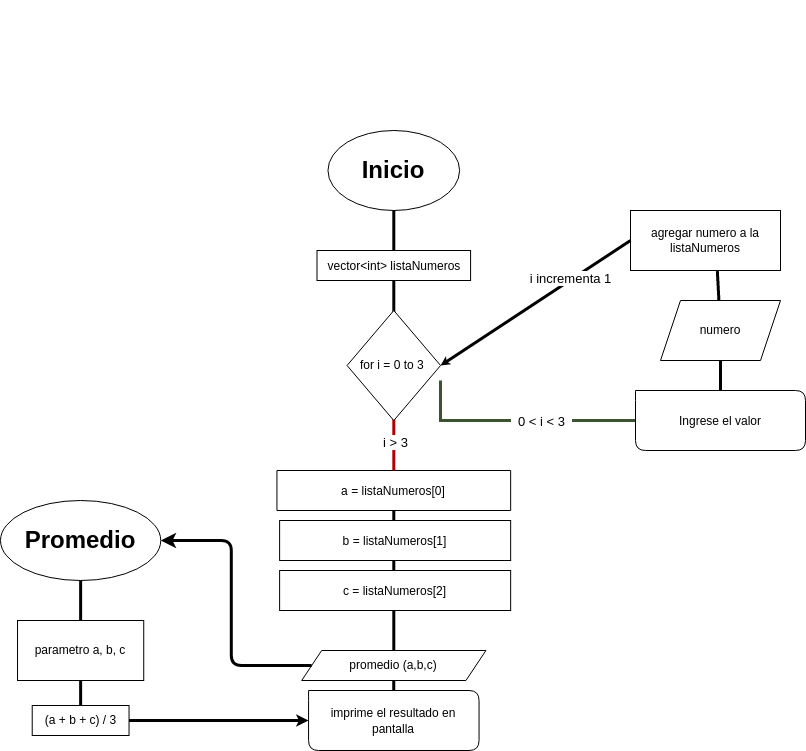
This is caso5/diagrama_de_flujo.drawio.png from raquelvalentina/cuatrimestre1proyectofinal, a draw.io export, as it was before one commit. Source tidied: cells renumbered, new cells last; positions are measured from the earlier drawing's top-left corner, leaving out a move shared by most shapes.
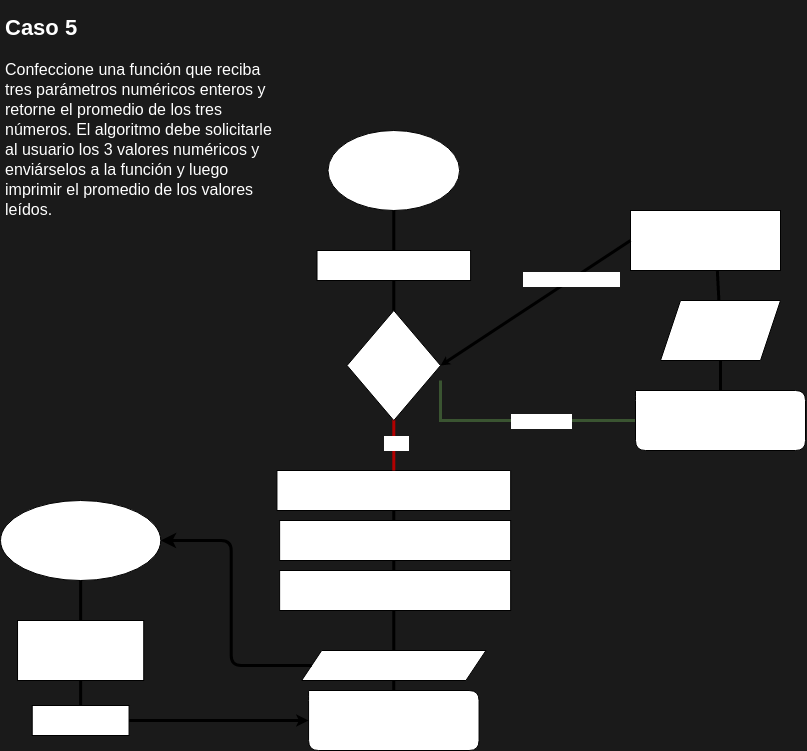
Later version of the same file.

The edit, as a diff of the source:
```diff
@@ -1,14 +1,14 @@
-<mxGraphModel>
+<mxGraphModel background="#1A1A1A">
   <root>
     <mxCell id="0" />
     <mxCell id="1" parent="0" />
-    <mxCell id="2" value="&lt;h1&gt;&lt;font color=&quot;#ffffff&quot;&gt;Caso 5&lt;/font&gt;&lt;/h1&gt;&lt;h1&gt;&lt;div style=&quot;font-size: 14px; line-height: 19px;&quot;&gt;&lt;h4 style=&quot;&quot;&gt;&lt;div style=&quot;&quot;&gt;&lt;span style=&quot;font-size: 16px; font-weight: 400;&quot;&gt;&lt;font color=&quot;#ffffff&quot;&gt;Confeccione una función que reciba tres parámetros numéricos enteros y retorne el promedio de los tres números. El algoritmo debe solicitarle al usuario los 3 valores numéricos y enviárselos a la función y luego imprimir el promedio de los valores leídos.&lt;/font&gt;&lt;/span&gt;&lt;br&gt;&lt;/div&gt;&lt;/h4&gt;&lt;/div&gt;&lt;/h1&gt;" style="text;html=1;strokeColor=none;fillColor=none;spacing=5;spacingTop=-20;whiteSpace=wrap;overflow=hidden;rounded=0;labelBackgroundColor=none;fontSize=11;fontColor=#D9D9D9;" parent="1" vertex="1">
+    <mxCell id="2" value="&lt;h1&gt;&lt;font&gt;Caso 5&lt;/font&gt;&lt;/h1&gt;&lt;h1&gt;&lt;div style=&quot;font-size: 14px; line-height: 19px;&quot;&gt;&lt;h4 style=&quot;&quot;&gt;&lt;div style=&quot;&quot;&gt;&lt;span style=&quot;font-size: 16px; font-weight: 400;&quot;&gt;&lt;font&gt;Confeccione una función que reciba tres parámetros numéricos enteros y retorne el promedio de los tres números. El algoritmo debe solicitarle al usuario los 3 valores numéricos y enviárselos a la función y luego imprimir el promedio de los valores leídos.&lt;/font&gt;&lt;/span&gt;&lt;br&gt;&lt;/div&gt;&lt;/h4&gt;&lt;/div&gt;&lt;/h1&gt;" style="text;html=1;strokeColor=none;fillColor=none;spacing=5;spacingTop=-20;whiteSpace=wrap;overflow=hidden;rounded=0;labelBackgroundColor=none;fontSize=11;fontColor=#FFFFFF;" parent="1" vertex="1">
       <mxGeometry width="280" height="240" as="geometry" />
     </mxCell>
-    <mxCell id="3" style="group;" parent="1" vertex="1">
+    <mxCell id="3" style="group;fontColor=#FFFFFF;" parent="1" vertex="1">
       <mxGeometry x="240" y="200" width="565" height="240" as="geometry" />
     </mxCell>
-    <mxCell id="4" style="edgeStyle=none;html=1;entryX=0;entryY=0;entryDx=0;entryDy=30;entryPerimeter=0;strokeWidth=3;endArrow=none;endFill=0;rounded=0;fillColor=#6d8764;strokeColor=#3A5431;" parent="3" edge="1" target="6">
+    <mxCell id="4" style="edgeStyle=none;html=1;entryX=0;entryY=0;entryDx=0;entryDy=30;entryPerimeter=0;strokeWidth=3;endArrow=none;endFill=0;rounded=0;fillColor=#6d8764;strokeColor=#3A5431;fontColor=#FFFFFF;" parent="3" edge="1" target="6">
       <mxGeometry relative="1" as="geometry">
         <mxPoint x="200" y="170" as="sourcePoint" />
         <Array as="points">
@@ -16,112 +16,112 @@
         </Array>
       </mxGeometry>
     </mxCell>
-    <mxCell id="5" value="&amp;nbsp; 0 &amp;lt; i &amp;lt; 3&amp;nbsp;&amp;nbsp;" style="edgeLabel;html=1;align=center;verticalAlign=middle;fontSize=13;" parent="4" vertex="1">
+    <mxCell id="5" value="&amp;nbsp; 0 &amp;lt; i &amp;lt; 3&amp;nbsp;&amp;nbsp;" style="edgeLabel;html=1;align=center;verticalAlign=middle;fontSize=13;fontColor=#FFFFFF;" parent="4" vertex="1">
       <mxGeometry x="0.41" y="1" relative="1" as="geometry">
         <mxPoint x="-26" y="1" as="offset" />
       </mxGeometry>
     </mxCell>
-    <mxCell id="6" value="&lt;div style=&quot;line-height: 16px;&quot;&gt;&lt;span style=&quot;&quot;&gt;Ingrese el valor&lt;/span&gt;&lt;/div&gt;" style="shape=card;whiteSpace=wrap;html=1;fontFamily=Helvetica;fontColor=default;labelBackgroundColor=none;size=0;rounded=1;shadow=0;" parent="3" vertex="1">
+    <mxCell id="6" value="&lt;div style=&quot;line-height: 16px;&quot;&gt;&lt;span style=&quot;&quot;&gt;Ingrese el valor&lt;/span&gt;&lt;/div&gt;" style="shape=card;whiteSpace=wrap;html=1;fontFamily=Helvetica;fontColor=#FFFFFF;labelBackgroundColor=none;size=0;rounded=1;shadow=0;" parent="3" vertex="1">
       <mxGeometry x="395" y="180" width="170" height="60" as="geometry" />
     </mxCell>
-    <mxCell id="7" value="numero" style="shape=parallelogram;perimeter=parallelogramPerimeter;whiteSpace=wrap;html=1;fixedSize=1;" parent="3" vertex="1">
+    <mxCell id="7" value="numero" style="shape=parallelogram;perimeter=parallelogramPerimeter;whiteSpace=wrap;html=1;fixedSize=1;fontColor=#FFFFFF;" parent="3" vertex="1">
       <mxGeometry x="420" y="90" width="120" height="60" as="geometry" />
     </mxCell>
-    <mxCell id="8" style="edgeStyle=none;html=1;strokeWidth=3;fontSize=13;endArrow=none;endFill=0;rounded=0;" parent="3" edge="1" source="6" target="7">
+    <mxCell id="8" style="edgeStyle=none;html=1;strokeWidth=3;fontSize=13;endArrow=none;endFill=0;rounded=0;fontColor=#FFFFFF;" parent="3" edge="1" source="6" target="7">
       <mxGeometry relative="1" as="geometry" />
     </mxCell>
-    <mxCell id="9" value="agregar numero a la listaNumeros" style="whiteSpace=wrap;html=1;" parent="3" vertex="1">
+    <mxCell id="9" value="agregar numero a la listaNumeros" style="whiteSpace=wrap;html=1;fontColor=#FFFFFF;" parent="3" vertex="1">
       <mxGeometry x="390" width="150" height="60" as="geometry" />
     </mxCell>
-    <mxCell id="10" style="edgeStyle=none;html=1;strokeWidth=3;fontSize=13;endArrow=none;endFill=0;entryX=0.579;entryY=1.01;entryDx=0;entryDy=0;entryPerimeter=0;" parent="3" edge="1" source="7" target="9">
+    <mxCell id="10" style="edgeStyle=none;html=1;strokeWidth=3;fontSize=13;endArrow=none;endFill=0;entryX=0.579;entryY=1.01;entryDx=0;entryDy=0;entryPerimeter=0;fontColor=#FFFFFF;" parent="3" edge="1" source="7" target="9">
       <mxGeometry relative="1" as="geometry" />
     </mxCell>
-    <mxCell id="11" style="group;" parent="1" vertex="1">
+    <mxCell id="11" style="group;fontColor=#FFFFFF;" parent="1" vertex="1">
       <mxGeometry y="120" width="526.2" height="620" as="geometry" />
     </mxCell>
-    <mxCell id="12" style="group;" parent="11" vertex="1">
+    <mxCell id="12" style="group;fontColor=#FFFFFF;" parent="11" vertex="1">
       <mxGeometry width="510.2" height="620" as="geometry" />
     </mxCell>
-    <mxCell id="13" value="&lt;h1&gt;Promedio&lt;/h1&gt;" style="ellipse;whiteSpace=wrap;html=1;" parent="12" vertex="1">
+    <mxCell id="13" value="&lt;h1&gt;Promedio&lt;/h1&gt;" style="ellipse;whiteSpace=wrap;html=1;fontColor=#FFFFFF;" parent="12" vertex="1">
       <mxGeometry y="370" width="160.3" height="80" as="geometry" />
     </mxCell>
-    <mxCell id="14" style="group;" parent="12" vertex="1">
+    <mxCell id="14" style="group;fontColor=#FFFFFF;" parent="12" vertex="1">
       <mxGeometry x="17" width="493.1" height="620" as="geometry" />
     </mxCell>
-    <mxCell id="15" style="group;" parent="14" vertex="1">
+    <mxCell id="15" style="group;fontColor=#FFFFFF;" parent="14" vertex="1">
       <mxGeometry x="299.5" width="153.6" height="150" as="geometry" />
     </mxCell>
-    <mxCell id="16" value="&lt;h1&gt;Inicio&lt;/h1&gt;" style="ellipse;whiteSpace=wrap;html=1;" parent="15" vertex="1">
+    <mxCell id="16" value="&lt;h1&gt;Inicio&lt;/h1&gt;" style="ellipse;whiteSpace=wrap;html=1;fontColor=#FFFFFF;" parent="15" vertex="1">
       <mxGeometry x="11" width="131.6" height="80" as="geometry" />
     </mxCell>
-    <mxCell id="17" value="&lt;div style=&quot;line-height: 16px;&quot;&gt;&lt;span style=&quot;&quot;&gt;vector&lt;/span&gt;&lt;span style=&quot;&quot;&gt;&amp;lt;&lt;/span&gt;&lt;span style=&quot;&quot;&gt;int&lt;/span&gt;&lt;span style=&quot;&quot;&gt;&amp;gt;&lt;/span&gt; listaNumeros&lt;/div&gt;" style="rounded=0;whiteSpace=wrap;html=1;fontColor=default;labelBackgroundColor=none;" parent="15" vertex="1">
+    <mxCell id="17" value="&lt;div style=&quot;line-height: 16px;&quot;&gt;&lt;span style=&quot;&quot;&gt;vector&lt;/span&gt;&lt;span style=&quot;&quot;&gt;&amp;lt;&lt;/span&gt;&lt;span style=&quot;&quot;&gt;int&lt;/span&gt;&lt;span style=&quot;&quot;&gt;&amp;gt;&lt;/span&gt; listaNumeros&lt;/div&gt;" style="rounded=0;whiteSpace=wrap;html=1;fontColor=#FFFFFF;labelBackgroundColor=none;" parent="15" vertex="1">
       <mxGeometry y="120" width="153.6" height="30" as="geometry" />
     </mxCell>
-    <mxCell id="18" style="edgeStyle=none;html=1;exitX=0.5;exitY=1;exitDx=0;exitDy=0;strokeWidth=3;endArrow=none;endFill=0;" parent="15" edge="1" source="16" target="17">
+    <mxCell id="18" style="edgeStyle=none;html=1;exitX=0.5;exitY=1;exitDx=0;exitDy=0;strokeWidth=3;endArrow=none;endFill=0;fontColor=#FFFFFF;" parent="15" edge="1" source="16" target="17">
       <mxGeometry relative="1" as="geometry" />
     </mxCell>
-    <mxCell id="19" value="parametro a, b, c" style="whiteSpace=wrap;html=1;" parent="14" vertex="1">
+    <mxCell id="19" value="parametro a, b, c" style="whiteSpace=wrap;html=1;fontColor=#FFFFFF;" parent="14" vertex="1">
       <mxGeometry y="490" width="126.2" height="60" as="geometry" />
     </mxCell>
-    <mxCell id="20" value="(a + b + c) / 3" style="rounded=0;whiteSpace=wrap;html=1;" parent="14" vertex="1">
+    <mxCell id="20" value="(a + b + c) / 3" style="rounded=0;whiteSpace=wrap;html=1;fontColor=#FFFFFF;" parent="14" vertex="1">
       <mxGeometry x="14.7" y="575" width="96.8" height="30" as="geometry" />
     </mxCell>
-    <mxCell id="21" style="edgeStyle=none;rounded=0;html=1;exitX=0.5;exitY=1;exitDx=0;exitDy=0;entryX=0.5;entryY=0;entryDx=0;entryDy=0;strokeWidth=3;fontFamily=Helvetica;fontSize=13;fontColor=default;endArrow=none;endFill=0;endSize=0;" parent="14" edge="1" source="19" target="20">
+    <mxCell id="21" style="edgeStyle=none;rounded=0;html=1;exitX=0.5;exitY=1;exitDx=0;exitDy=0;entryX=0.5;entryY=0;entryDx=0;entryDy=0;strokeWidth=3;fontFamily=Helvetica;fontSize=13;fontColor=#FFFFFF;endArrow=none;endFill=0;endSize=0;" parent="14" edge="1" source="19" target="20">
       <mxGeometry relative="1" as="geometry" />
     </mxCell>
-    <mxCell id="22" value="&lt;div style=&quot;line-height: 16px;&quot;&gt;&lt;span style=&quot;&quot;&gt;imprime el resultado en pantalla&lt;/span&gt;&lt;/div&gt;" style="shape=card;whiteSpace=wrap;html=1;fontFamily=Helvetica;fontColor=default;labelBackgroundColor=none;size=0;rounded=1;shadow=0;" parent="14" vertex="1">
+    <mxCell id="22" value="&lt;div style=&quot;line-height: 16px;&quot;&gt;&lt;span style=&quot;&quot;&gt;imprime el resultado en pantalla&lt;/span&gt;&lt;/div&gt;" style="shape=card;whiteSpace=wrap;html=1;fontFamily=Helvetica;fontColor=#FFFFFF;labelBackgroundColor=none;size=0;rounded=1;shadow=0;" parent="14" vertex="1">
       <mxGeometry x="291" y="560" width="170.5" height="60" as="geometry" />
     </mxCell>
-    <mxCell id="23" style="group;" parent="14" vertex="1">
+    <mxCell id="23" style="group;fontColor=#FFFFFF;" parent="14" vertex="1">
       <mxGeometry x="259.4" y="180" width="233.7" height="370" as="geometry" />
     </mxCell>
-    <mxCell id="24" value="&lt;div style=&quot;line-height: 16px;&quot;&gt;a &lt;span style=&quot;&quot;&gt;=&lt;/span&gt; listaNumeros&lt;span style=&quot;&quot;&gt;[&lt;/span&gt;&lt;span style=&quot;&quot;&gt;0&lt;/span&gt;&lt;span style=&quot;&quot;&gt;]&lt;/span&gt;&lt;/div&gt;" style="shape=card;whiteSpace=wrap;html=1;align=center;size=0;fontColor=default;labelBackgroundColor=none;fontFamily=Helvetica;" parent="23" vertex="1">
+    <mxCell id="24" value="&lt;div style=&quot;line-height: 16px;&quot;&gt;a &lt;span style=&quot;&quot;&gt;=&lt;/span&gt; listaNumeros&lt;span style=&quot;&quot;&gt;[&lt;/span&gt;&lt;span style=&quot;&quot;&gt;0&lt;/span&gt;&lt;span style=&quot;&quot;&gt;]&lt;/span&gt;&lt;/div&gt;" style="shape=card;whiteSpace=wrap;html=1;align=center;size=0;fontColor=#FFFFFF;labelBackgroundColor=none;fontFamily=Helvetica;" parent="23" vertex="1">
       <mxGeometry y="160" width="233.7" height="40" as="geometry" />
     </mxCell>
-    <mxCell id="25" value="promedio (a,b,c)" style="shape=parallelogram;perimeter=parallelogramPerimeter;whiteSpace=wrap;html=1;fixedSize=1;" parent="23" vertex="1">
+    <mxCell id="25" value="promedio (a,b,c)" style="shape=parallelogram;perimeter=parallelogramPerimeter;whiteSpace=wrap;html=1;fixedSize=1;fontColor=#FFFFFF;" parent="23" vertex="1">
       <mxGeometry x="24.7" y="340" width="184.3" height="30" as="geometry" />
     </mxCell>
-    <mxCell id="26" style="edgeStyle=none;html=1;exitX=0.5;exitY=1;exitDx=0;exitDy=0;exitPerimeter=0;entryX=0.5;entryY=0;entryDx=0;entryDy=0;strokeWidth=3;endArrow=none;endFill=0;" parent="23" edge="1" source="24" target="25">
+    <mxCell id="26" style="edgeStyle=none;html=1;exitX=0.5;exitY=1;exitDx=0;exitDy=0;exitPerimeter=0;entryX=0.5;entryY=0;entryDx=0;entryDy=0;strokeWidth=3;endArrow=none;endFill=0;fontColor=#FFFFFF;" parent="23" edge="1" source="24" target="25">
       <mxGeometry relative="1" as="geometry" />
     </mxCell>
-    <mxCell id="27" style="edgeStyle=none;html=1;entryX=0.5;entryY=0;entryDx=0;entryDy=0;entryPerimeter=0;strokeWidth=3;endArrow=none;endFill=0;exitX=0.5;exitY=1;exitDx=0;exitDy=0;fillColor=#e51400;strokeColor=#B20000;" parent="23" edge="1" target="24">
+    <mxCell id="27" style="edgeStyle=none;html=1;entryX=0.5;entryY=0;entryDx=0;entryDy=0;entryPerimeter=0;strokeWidth=3;endArrow=none;endFill=0;exitX=0.5;exitY=1;exitDx=0;exitDy=0;fillColor=#e51400;strokeColor=#B20000;fontColor=#FFFFFF;" parent="23" edge="1" target="24">
       <mxGeometry relative="1" as="geometry">
         <mxPoint x="116.9" y="100" as="sourcePoint" />
       </mxGeometry>
     </mxCell>
-    <mxCell id="28" value="i &amp;gt; 3" style="edgeLabel;html=1;align=center;verticalAlign=middle;fontSize=13;fontFamily=Helvetica;fontColor=default;" parent="27" vertex="1">
+    <mxCell id="28" value="i &amp;gt; 3" style="edgeLabel;html=1;align=center;verticalAlign=middle;fontSize=13;fontFamily=Helvetica;fontColor=#FFFFFF;" parent="27" vertex="1">
       <mxGeometry x="0.02" y="1" relative="1" as="geometry" />
     </mxCell>
-    <mxCell id="29" style="edgeStyle=none;html=1;exitX=0.5;exitY=1;exitDx=0;exitDy=0;strokeWidth=3;endArrow=none;endFill=0;entryX=0.5;entryY=0;entryDx=0;entryDy=0;" parent="23" edge="1" source="17">
+    <mxCell id="29" style="edgeStyle=none;html=1;exitX=0.5;exitY=1;exitDx=0;exitDy=0;strokeWidth=3;endArrow=none;endFill=0;entryX=0.5;entryY=0;entryDx=0;entryDy=0;fontColor=#FFFFFF;" parent="23" edge="1" source="17">
       <mxGeometry relative="1" as="geometry">
         <mxPoint x="116.9" y="70" as="targetPoint" />
       </mxGeometry>
     </mxCell>
-    <mxCell id="30" value="for i = 0 to 3&amp;nbsp;" style="rhombus;whiteSpace=wrap;html=1;" parent="23" vertex="1">
+    <mxCell id="30" value="for i = 0 to 3&amp;nbsp;" style="rhombus;whiteSpace=wrap;html=1;fontColor=#FFFFFF;" parent="23" vertex="1">
       <mxGeometry x="70.1" width="93.5" height="110" as="geometry" />
     </mxCell>
-    <mxCell id="31" value="&lt;div style=&quot;font-size: 12px; line-height: 16px;&quot;&gt;b &lt;span style=&quot;&quot;&gt;=&lt;/span&gt; listaNumeros&lt;span style=&quot;&quot;&gt;[&lt;/span&gt;&lt;span style=&quot;&quot;&gt;1&lt;/span&gt;&lt;span style=&quot;&quot;&gt;]&lt;/span&gt;&lt;/div&gt;" style="rounded=0;whiteSpace=wrap;html=1;shadow=0;labelBackgroundColor=none;fontFamily=Helvetica;fontSize=13;fontColor=default;" parent="23" vertex="1">
+    <mxCell id="31" value="&lt;div style=&quot;font-size: 12px; line-height: 16px;&quot;&gt;b &lt;span style=&quot;&quot;&gt;=&lt;/span&gt; listaNumeros&lt;span style=&quot;&quot;&gt;[&lt;/span&gt;&lt;span style=&quot;&quot;&gt;1&lt;/span&gt;&lt;span style=&quot;&quot;&gt;]&lt;/span&gt;&lt;/div&gt;" style="rounded=0;whiteSpace=wrap;html=1;shadow=0;labelBackgroundColor=none;fontFamily=Helvetica;fontSize=13;fontColor=#FFFFFF;" parent="23" vertex="1">
       <mxGeometry x="2.7" y="210" width="231" height="40" as="geometry" />
     </mxCell>
-    <mxCell id="32" value="&lt;div style=&quot;font-size: 12px; line-height: 16px;&quot;&gt;c &lt;span style=&quot;&quot;&gt;=&lt;/span&gt; listaNumeros&lt;span style=&quot;&quot;&gt;[&lt;/span&gt;&lt;span style=&quot;&quot;&gt;2&lt;/span&gt;&lt;span style=&quot;&quot;&gt;]&lt;/span&gt;&lt;/div&gt;" style="rounded=0;whiteSpace=wrap;html=1;shadow=0;labelBackgroundColor=none;fontFamily=Helvetica;fontSize=13;fontColor=default;" parent="23" vertex="1">
+    <mxCell id="32" value="&lt;div style=&quot;font-size: 12px; line-height: 16px;&quot;&gt;c &lt;span style=&quot;&quot;&gt;=&lt;/span&gt; listaNumeros&lt;span style=&quot;&quot;&gt;[&lt;/span&gt;&lt;span style=&quot;&quot;&gt;2&lt;/span&gt;&lt;span style=&quot;&quot;&gt;]&lt;/span&gt;&lt;/div&gt;" style="rounded=0;whiteSpace=wrap;html=1;shadow=0;labelBackgroundColor=none;fontFamily=Helvetica;fontSize=13;fontColor=#FFFFFF;" parent="23" vertex="1">
       <mxGeometry x="2.7" y="260" width="231" height="40" as="geometry" />
     </mxCell>
-    <mxCell id="33" style="edgeStyle=none;rounded=0;html=1;exitX=1;exitY=0.5;exitDx=0;exitDy=0;strokeWidth=3;fontFamily=Helvetica;fontSize=13;fontColor=default;endArrow=classic;endFill=1;endSize=3;entryX=0;entryY=0;entryDx=0;entryDy=30;entryPerimeter=0;startArrow=none;startFill=0;" parent="14" edge="1" source="20" target="22">
+    <mxCell id="33" style="edgeStyle=none;rounded=0;html=1;exitX=1;exitY=0.5;exitDx=0;exitDy=0;strokeWidth=3;fontFamily=Helvetica;fontSize=13;fontColor=#FFFFFF;endArrow=classic;endFill=1;endSize=3;entryX=0;entryY=0;entryDx=0;entryDy=30;entryPerimeter=0;startArrow=none;startFill=0;" parent="14" edge="1" source="20" target="22">
       <mxGeometry relative="1" as="geometry" />
     </mxCell>
-    <mxCell id="34" style="edgeStyle=none;rounded=0;html=1;exitX=0.5;exitY=1;exitDx=0;exitDy=0;strokeWidth=3;fontFamily=Helvetica;fontSize=13;fontColor=default;endArrow=none;endFill=0;endSize=0;" parent="14" edge="1" source="25" target="22">
+    <mxCell id="34" style="edgeStyle=none;rounded=0;html=1;exitX=0.5;exitY=1;exitDx=0;exitDy=0;strokeWidth=3;fontFamily=Helvetica;fontSize=13;fontColor=#FFFFFF;endArrow=none;endFill=0;endSize=0;" parent="14" edge="1" source="25" target="22">
       <mxGeometry relative="1" as="geometry" />
     </mxCell>
-    <mxCell id="35" style="edgeStyle=none;rounded=0;html=1;exitX=0.5;exitY=1;exitDx=0;exitDy=0;strokeWidth=3;fontFamily=Helvetica;fontSize=13;fontColor=default;endArrow=none;endFill=0;endSize=0;" parent="12" edge="1" source="13" target="19">
+    <mxCell id="35" style="edgeStyle=none;rounded=0;html=1;exitX=0.5;exitY=1;exitDx=0;exitDy=0;strokeWidth=3;fontFamily=Helvetica;fontSize=13;fontColor=#FFFFFF;endArrow=none;endFill=0;endSize=0;" parent="12" edge="1" source="13" target="19">
       <mxGeometry relative="1" as="geometry" />
     </mxCell>
-    <mxCell id="36" style="edgeStyle=orthogonalEdgeStyle;html=1;exitX=0;exitY=0.5;exitDx=0;exitDy=0;startArrow=none;startFill=0;endArrow=classic;endFill=1;strokeWidth=3;entryX=1;entryY=0.5;entryDx=0;entryDy=0;" parent="12" edge="1" source="25" target="13">
+    <mxCell id="36" style="edgeStyle=orthogonalEdgeStyle;html=1;exitX=0;exitY=0.5;exitDx=0;exitDy=0;startArrow=none;startFill=0;endArrow=classic;endFill=1;strokeWidth=3;entryX=1;entryY=0.5;entryDx=0;entryDy=0;fontColor=#FFFFFF;" parent="12" edge="1" source="25" target="13">
       <mxGeometry relative="1" as="geometry" />
     </mxCell>
-    <mxCell id="37" style="edgeStyle=none;html=1;exitX=0;exitY=0.5;exitDx=0;exitDy=0;strokeWidth=3;fontSize=13;endArrow=classic;endFill=1;entryX=1;entryY=0.5;entryDx=0;entryDy=0;rounded=0;endSize=0;" parent="1" edge="1" source="9" target="30">
+    <mxCell id="37" style="edgeStyle=none;html=1;exitX=0;exitY=0.5;exitDx=0;exitDy=0;strokeWidth=3;fontSize=13;endArrow=classic;endFill=1;entryX=1;entryY=0.5;entryDx=0;entryDy=0;rounded=0;endSize=0;fontColor=#FFFFFF;" parent="1" edge="1" source="9" target="30">
       <mxGeometry relative="1" as="geometry" />
     </mxCell>
-    <mxCell id="38" value="&amp;nbsp; i incrementa 1&amp;nbsp;&amp;nbsp;" style="edgeLabel;html=1;align=center;verticalAlign=middle;fontSize=13;" parent="37" vertex="1">
+    <mxCell id="38" value="&amp;nbsp; i incrementa 1&amp;nbsp;&amp;nbsp;" style="edgeLabel;html=1;align=center;verticalAlign=middle;fontSize=13;fontColor=#FFFFFF;" parent="37" vertex="1">
       <mxGeometry x="-0.38" y="-2" relative="1" as="geometry" />
     </mxCell>
   </root>
```
